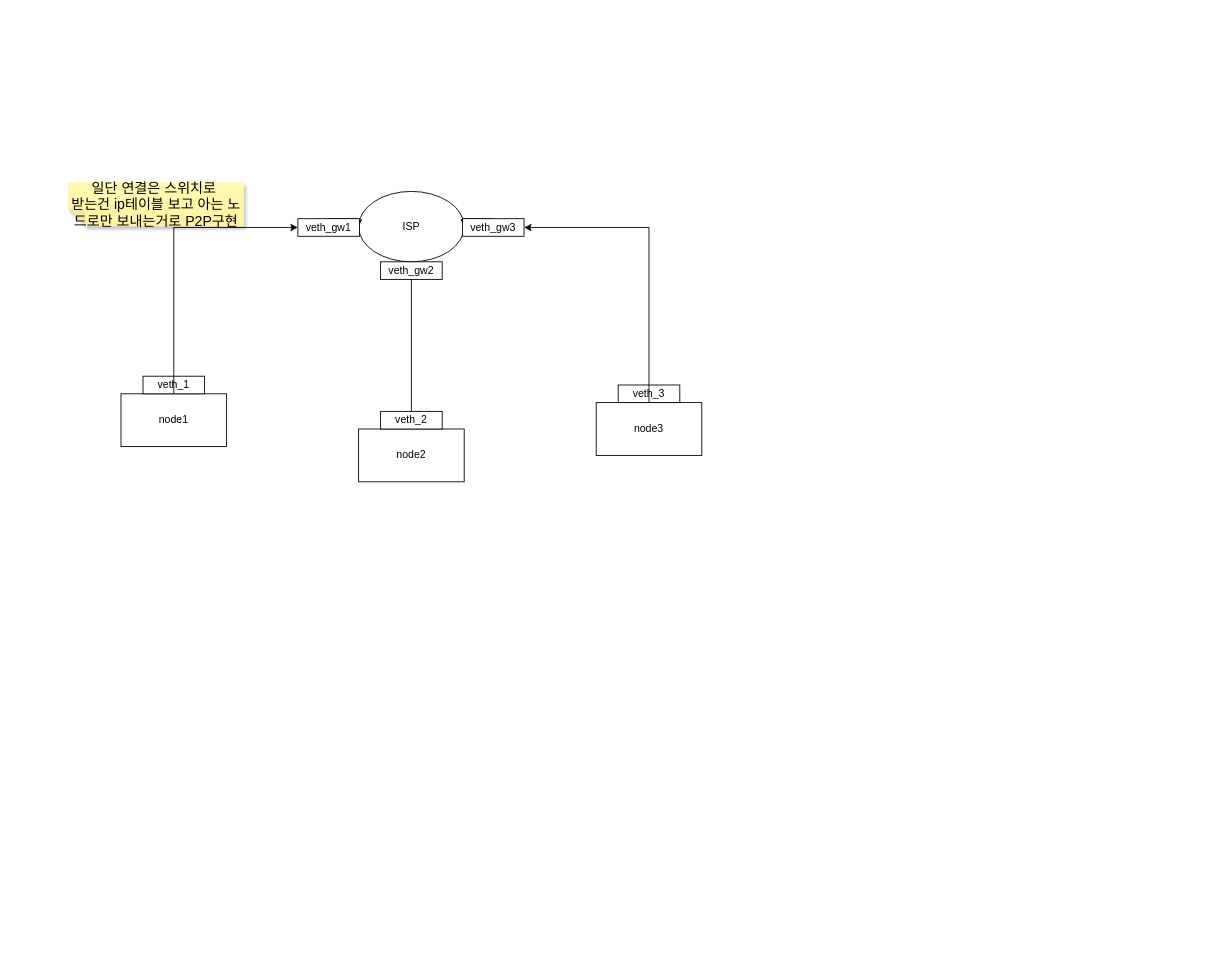
This is Net.drawio from sunnycastle09/Block-Chain-in-Linux, a draw.io file, before an edit. Source tidied: cells renumbered, new cells numbered last; positions are measured from the earlier drawing's top-left corner, leaving out a move shared by most shapes. Both pictures are drawn from the tidied source at 88%, with x=0, y=0 at pixel (68, 182).
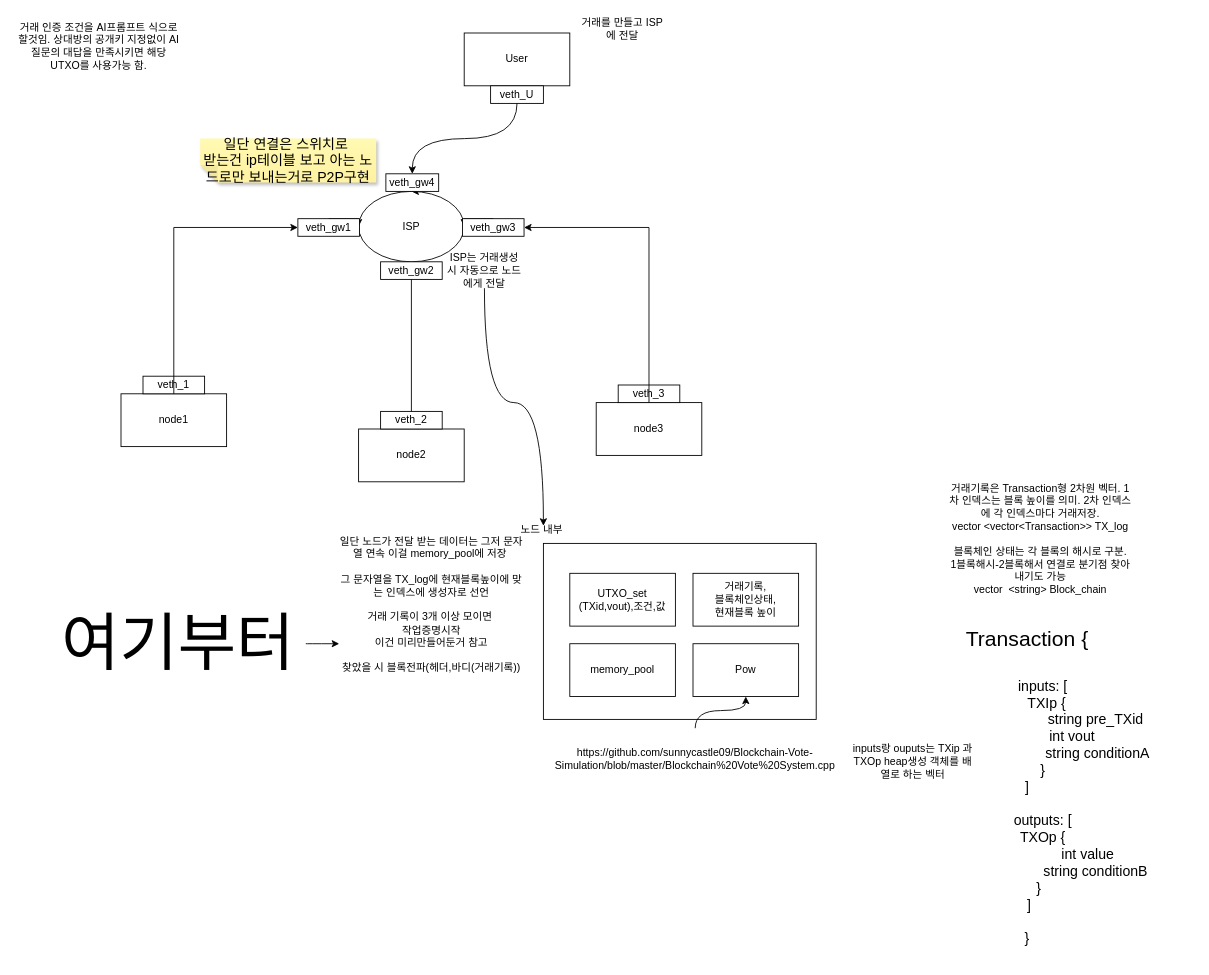
After the change.

Unchanged cells that the change refers to:
```xml
<mxCell id="2" value="ISP" style="ellipse;whiteSpace=wrap;html=1;shapeInside=1;" parent="1" vertex="1">
  <mxGeometry x="330" y="10" width="120" height="80" as="geometry" />
</mxCell>
```

The edit, as a diff of the source:
```diff
@@
     <mxCell id="3" value="&lt;font size=&quot;3&quot;&gt;일단 연결은 스위치로&amp;nbsp;&lt;br&gt;받는건 ip테이블 보고 아는 노드로만 보내는거로 P2P구현&lt;/font&gt;" style="shape=note;whiteSpace=wrap;html=1;backgroundOutline=1;fontColor=#000000;darkOpacity=0.05;fillColor=#FFF9B2;strokeColor=none;fillStyle=solid;direction=west;gradientDirection=north;gradientColor=#FFF2A1;shadow=1;size=20;autosizeText=1;fontSize=6;" parent="1" vertex="1">
-      <mxGeometry width="200" height="50" as="geometry" />
+      <mxGeometry x="150" y="-50" width="200" height="50" as="geometry" />
     </mxCell>
@@
+    <mxCell id="18" value="거래 인증 조건을 AI프롬프트 식으로 할것임. 상대방의 공개키 지정없이 AI질문의 대답을 만족시키면 해당 UTXO를 사용가능 함." style="text;html=1;whiteSpace=wrap;strokeColor=none;fillColor=none;align=center;verticalAlign=middle;rounded=0;" parent="1" vertex="1">
+      <mxGeometry x="-60" y="-180" width="190" height="50" as="geometry" />
+    </mxCell>
+    <mxCell id="19" value="&lt;div&gt;&lt;font style=&quot;font-size: 24px;&quot;&gt;Transaction {&lt;/font&gt;&lt;/div&gt;&lt;div&gt;&lt;font style=&quot;font-size: 24px;&quot;&gt;&lt;br&gt;&lt;/font&gt;&lt;/div&gt;&lt;div&gt;&lt;font size=&quot;3&quot;&gt;&amp;nbsp; &amp;nbsp;&lt;span style=&quot;white-space: pre;&quot;&gt;&#9;&lt;/span&gt;inputs: [&lt;/font&gt;&lt;/div&gt;&lt;div&gt;&lt;font size=&quot;3&quot;&gt;&amp;nbsp; &amp;nbsp; &amp;nbsp; &lt;span style=&quot;white-space: pre;&quot;&gt;&#9;&lt;/span&gt;&amp;nbsp;&amp;nbsp;TXIp {&lt;/font&gt;&lt;/div&gt;&lt;div&gt;&lt;font size=&quot;3&quot;&gt;&amp;nbsp; &amp;nbsp; &amp;nbsp; &amp;nbsp; &amp;nbsp; &amp;nbsp; &lt;span style=&quot;white-space: pre;&quot;&gt;&#9;&lt;/span&gt;&lt;span style=&quot;white-space: pre;&quot;&gt;&#9;&lt;/span&gt;&amp;nbsp; &amp;nbsp; &amp;nbsp; &amp;nbsp; &amp;nbsp; &amp;nbsp;string pre_TXid&lt;/font&gt;&lt;/div&gt;&lt;div&gt;&lt;font size=&quot;3&quot;&gt;&amp;nbsp; &amp;nbsp; &amp;nbsp; &amp;nbsp; &amp;nbsp; &amp;nbsp; &amp;nbsp; &amp;nbsp; &amp;nbsp; &amp;nbsp; &amp;nbsp; &amp;nbsp;int vout&lt;/font&gt;&lt;/div&gt;&lt;div&gt;&lt;font size=&quot;3&quot;&gt;&amp;nbsp; &amp;nbsp; &amp;nbsp; &amp;nbsp; &amp;nbsp; &amp;nbsp; &lt;span style=&quot;white-space: pre;&quot;&gt;&#9;&lt;/span&gt;&amp;nbsp; &amp;nbsp; &amp;nbsp; &amp;nbsp; &amp;nbsp; &amp;nbsp; &amp;nbsp; &amp;nbsp; &amp;nbsp; &amp;nbsp; string conditionA&lt;/font&gt;&lt;/div&gt;&lt;div&gt;&lt;font size=&quot;3&quot;&gt;&amp;nbsp; &amp;nbsp; &amp;nbsp; &amp;nbsp;&lt;span style=&quot;white-space: pre;&quot;&gt;&#9;&lt;/span&gt;}&lt;/font&gt;&lt;/div&gt;&lt;div&gt;&lt;font size=&quot;3&quot;&gt;]&lt;/font&gt;&lt;/div&gt;&lt;div&gt;&lt;font size=&quot;3&quot;&gt;&lt;br&gt;&lt;/font&gt;&lt;/div&gt;&lt;div&gt;&lt;font size=&quot;3&quot;&gt;&amp;nbsp; &amp;nbsp; &lt;span style=&quot;white-space: pre;&quot;&gt;&#9;&lt;/span&gt;outputs: [&lt;/font&gt;&lt;/div&gt;&lt;div&gt;&lt;font size=&quot;3&quot;&gt;&amp;nbsp; &amp;nbsp; &amp;nbsp; &amp;nbsp;&lt;span style=&quot;white-space: pre;&quot;&gt;&#9;&lt;/span&gt;TXOp {&lt;/font&gt;&lt;/div&gt;&lt;div&gt;&lt;font size=&quot;3&quot;&gt;&amp;nbsp; &amp;nbsp; &amp;nbsp; &amp;nbsp; &amp;nbsp; &amp;nbsp;&lt;span style=&quot;white-space: pre;&quot;&gt;&#9;&lt;/span&gt;&lt;span style=&quot;white-space: pre;&quot;&gt;&#9;&lt;/span&gt;&amp;nbsp; &amp;nbsp; &amp;nbsp; &amp;nbsp;int value&lt;/font&gt;&lt;/div&gt;&lt;div&gt;&lt;font size=&quot;3&quot;&gt;&amp;nbsp; &amp;nbsp; &amp;nbsp; &amp;nbsp; &amp;nbsp; &amp;nbsp; &lt;span style=&quot;white-space: pre;&quot;&gt;&#9;&lt;/span&gt;&lt;span style=&quot;white-space: pre;&quot;&gt;&#9;&lt;/span&gt;&lt;span style=&quot;white-space: pre;&quot;&gt;&#9;&lt;/span&gt;&amp;nbsp; &amp;nbsp; &amp;nbsp; &amp;nbsp;&lt;span style=&quot;white-space: pre;&quot;&gt;&#9;&lt;/span&gt;&amp;nbsp; &amp;nbsp; &amp;nbsp; string conditionB&lt;span style=&quot;background-color: transparent; color: light-dark(rgb(0, 0, 0), rgb(255, 255, 255));&quot;&gt;&amp;nbsp; &amp;nbsp; &amp;nbsp; &amp;nbsp; &amp;nbsp; &amp;nbsp; &amp;nbsp; &amp;nbsp; &amp;nbsp; &amp;nbsp;&amp;nbsp;&lt;/span&gt;&lt;span style=&quot;background-color: transparent; color: light-dark(rgb(0, 0, 0), rgb(255, 255, 255));&quot;&gt;}&amp;nbsp;&amp;nbsp;&lt;/span&gt;&lt;/font&gt;&lt;/div&gt;&lt;div&gt;&lt;span style=&quot;background-color: transparent; color: light-dark(rgb(0, 0, 0), rgb(255, 255, 255));&quot;&gt;&lt;font size=&quot;3&quot;&gt;&amp;nbsp;]&lt;/font&gt;&lt;/span&gt;&lt;/div&gt;&lt;div&gt;&lt;font size=&quot;3&quot;&gt;&lt;br&gt;&lt;/font&gt;&lt;/div&gt;&lt;div&gt;&lt;font size=&quot;3&quot;&gt;}&lt;/font&gt;&lt;/div&gt;&lt;div&gt;&lt;br&gt;&lt;/div&gt;" style="text;html=1;whiteSpace=wrap;strokeColor=none;fillColor=none;align=center;verticalAlign=middle;rounded=0;" parent="1" vertex="1">
+      <mxGeometry x="900" y="504" width="380" height="380" as="geometry" />
+    </mxCell>
+    <mxCell id="20" style="whiteSpace=wrap;html=1;" parent="1" vertex="1">
+      <mxGeometry x="540" y="410" width="310" height="200" as="geometry" />
+    </mxCell>
+    <mxCell id="21" value="UTXO_set&lt;div&gt;(TXid,vout),조건,값&lt;/div&gt;" style="rounded=0;whiteSpace=wrap;html=1;" parent="1" vertex="1">
+      <mxGeometry x="570" y="444" width="120" height="60" as="geometry" />
+    </mxCell>
+    <mxCell id="22" value="거래기록,&lt;div&gt;블록체인상태,&lt;/div&gt;&lt;div&gt;현재블록 높이&lt;/div&gt;" style="rounded=0;whiteSpace=wrap;html=1;" parent="1" vertex="1">
+      <mxGeometry x="710" y="444" width="120" height="60" as="geometry" />
+    </mxCell>
+    <mxCell id="23" value="memory_pool" style="rounded=0;whiteSpace=wrap;html=1;" parent="1" vertex="1">
+      <mxGeometry x="570" y="524" width="120" height="60" as="geometry" />
+    </mxCell>
+    <mxCell id="24" value="노드 내부&amp;nbsp;" style="text;html=1;whiteSpace=wrap;strokeColor=none;fillColor=none;align=center;verticalAlign=middle;rounded=0;" parent="1" vertex="1">
+      <mxGeometry x="510" y="380" width="60" height="30" as="geometry" />
+    </mxCell>
+    <mxCell id="25" value="ISP는 거래생성 시 자동으로 노드에게 전달" style="text;html=1;whiteSpace=wrap;strokeColor=none;fillColor=none;align=center;verticalAlign=middle;rounded=0;" parent="1" vertex="1">
+      <mxGeometry x="428" y="80" width="90" height="40" as="geometry" />
+    </mxCell>
+    <mxCell id="26" value="inputs랑 ouputs는 TXip 과 TXOp heap생성 객체를 배열로 하는 벡터&lt;div&gt;&lt;br&gt;&lt;/div&gt;" style="text;html=1;whiteSpace=wrap;strokeColor=none;fillColor=none;align=center;verticalAlign=middle;rounded=0;" parent="1" vertex="1">
+      <mxGeometry x="890" y="610" width="140" height="110" as="geometry" />
+    </mxCell>
+    <mxCell id="27" value="거래기록은 Transaction형 2차원 벡터. 1차 인덱스는 블록 높이를 의미. 2차 인덱스에 각 인덱스마다 거래저장.&lt;div&gt;vector &amp;lt;vector&amp;lt;Transaction&amp;gt;&amp;gt; TX_log&lt;br&gt;&lt;div&gt;&lt;br&gt;&lt;div&gt;블록체인 상태는 각 블록의 해시로 구분.&lt;/div&gt;&lt;div&gt;1블록해시-2블록해서 연결로 분기점 찾아내기도 가능&lt;/div&gt;&lt;/div&gt;&lt;/div&gt;&lt;div&gt;vector&amp;nbsp; &amp;lt;string&amp;gt;&amp;nbsp;&lt;span style=&quot;background-color: transparent; color: light-dark(rgb(0, 0, 0), rgb(255, 255, 255));&quot;&gt;Block_chain&lt;/span&gt;&lt;/div&gt;" style="text;html=1;whiteSpace=wrap;strokeColor=none;fillColor=none;align=center;verticalAlign=middle;rounded=0;" parent="1" vertex="1">
+      <mxGeometry x="1000" y="380" width="210" height="50" as="geometry" />
+    </mxCell>
+    <mxCell id="28" value="일단 노드가 전달 받는 데이터는 그저 문자열 연속 이걸 memory_pool에 저장&amp;nbsp;&lt;div&gt;&lt;br&gt;&lt;/div&gt;&lt;div&gt;그 문자열을 TX_log에 현재블록높이에 맞는 인덱스에 생성자로 선언&lt;br&gt;&lt;div&gt;&lt;br&gt;&lt;/div&gt;&lt;/div&gt;&lt;div&gt;거래 기록이 3개 이상 모이면&amp;nbsp;&lt;/div&gt;&lt;div&gt;작업증명시작&lt;/div&gt;&lt;div&gt;이건 미리만들어둔거 참고&lt;/div&gt;&lt;div&gt;&lt;br&gt;&lt;/div&gt;&lt;div&gt;찾았을 시 블록전파(헤더,바디(거래기록))&lt;/div&gt;&lt;div&gt;&lt;br&gt;&lt;/div&gt;&lt;div&gt;&lt;br&gt;&lt;/div&gt;" style="text;html=1;whiteSpace=wrap;strokeColor=none;fillColor=none;align=center;verticalAlign=middle;rounded=0;" parent="1" vertex="1">
+      <mxGeometry x="308" y="464" width="210" height="60" as="geometry" />
+    </mxCell>
+    <mxCell id="29" style="edgeStyle=orthogonalEdgeStyle;curved=1;rounded=0;jettySize=auto;html=1;exitX=0.5;exitY=1;exitDx=0;exitDy=0;entryX=0.5;entryY=0.333;entryDx=0;entryDy=0;entryPerimeter=0;" parent="1" edge="1" source="25" target="24">
+      <mxGeometry relative="1" as="geometry" />
+    </mxCell>
+    <mxCell id="30" value="Pow" style="whiteSpace=wrap;html=1;" parent="1" vertex="1">
+      <mxGeometry x="710" y="524" width="120" height="60" as="geometry" />
+    </mxCell>
+    <mxCell id="31" style="edgeStyle=orthogonalEdgeStyle;curved=1;rounded=0;jettySize=auto;html=1;exitX=0.5;exitY=0;exitDx=0;exitDy=0;entryX=0.5;entryY=1;entryDx=0;entryDy=0;" parent="1" edge="1" source="32" target="30">
+      <mxGeometry relative="1" as="geometry" />
+    </mxCell>
+    <mxCell id="32" value="https://github.com/sunnycastle09/Blockchain-Vote-Simulation/blob/master/Blockchain%20Vote%20System.cpp" style="text;html=1;whiteSpace=wrap;strokeColor=none;fillColor=none;align=center;verticalAlign=middle;rounded=0;" parent="1" vertex="1">
+      <mxGeometry x="580" y="620" width="265" height="70" as="geometry" />
+    </mxCell>
+    <mxCell id="33" style="edgeStyle=orthogonalEdgeStyle;curved=1;rounded=0;jettySize=auto;html=1;exitX=0.5;exitY=1;exitDx=0;exitDy=0;entryX=0.5;entryY=0;entryDx=0;entryDy=0;" parent="1" edge="1" source="39" target="2">
+      <mxGeometry relative="1" as="geometry" />
+    </mxCell>
+    <mxCell id="34" value="User" style="rounded=0;whiteSpace=wrap;html=1;" parent="1" vertex="1">
+      <mxGeometry x="450" y="-170" width="120" height="60" as="geometry" />
+    </mxCell>
+    <mxCell id="35" value="거래를 만들고 ISP에 전달" style="text;html=1;whiteSpace=wrap;strokeColor=none;fillColor=none;align=center;verticalAlign=middle;rounded=0;" parent="1" vertex="1">
+      <mxGeometry x="580" y="-190" width="100" height="30" as="geometry" />
+    </mxCell>
+    <mxCell id="36" style="edgeStyle=orthogonalEdgeStyle;curved=1;rounded=0;jettySize=auto;html=1;exitX=0.5;exitY=1;exitDx=0;exitDy=0;entryX=0.5;entryY=0;entryDx=0;entryDy=0;" parent="1" edge="1" source="34" target="37">
+      <mxGeometry relative="1" as="geometry" />
+    </mxCell>
+    <mxCell id="37" value="veth_U" style="rounded=0;whiteSpace=wrap;html=1;" parent="1" vertex="1">
+      <mxGeometry x="480" y="-110" width="60" height="20" as="geometry" />
+    </mxCell>
+    <mxCell id="38" style="edgeStyle=orthogonalEdgeStyle;curved=1;rounded=0;jettySize=auto;html=1;exitX=0.5;exitY=1;exitDx=0;exitDy=0;entryX=0.5;entryY=0;entryDx=0;entryDy=0;" parent="1" edge="1" source="37" target="39">
+      <mxGeometry relative="1" as="geometry" />
+    </mxCell>
+    <mxCell id="39" value="veth_gw4" style="rounded=0;whiteSpace=wrap;html=1;" parent="1" vertex="1">
+      <mxGeometry x="361" y="-10" width="60" height="20" as="geometry" />
+    </mxCell>
+    <mxCell id="40" style="edgeStyle=orthogonalEdgeStyle;curved=1;rounded=0;jettySize=auto;html=1;exitX=1;exitY=0.5;exitDx=0;exitDy=0;entryX=0;entryY=1;entryDx=0;entryDy=0;" parent="1" edge="1" source="41" target="28">
+      <mxGeometry relative="1" as="geometry" />
+    </mxCell>
+    <mxCell id="41" value="&lt;font style=&quot;font-size: 72px;&quot;&gt;여기부터&lt;/font&gt;" style="text;html=1;whiteSpace=wrap;strokeColor=none;fillColor=none;align=center;verticalAlign=middle;rounded=0;" parent="1" vertex="1">
+      <mxGeometry x="-20" y="504" width="290" height="40" as="geometry" />
+    </mxCell>
```
